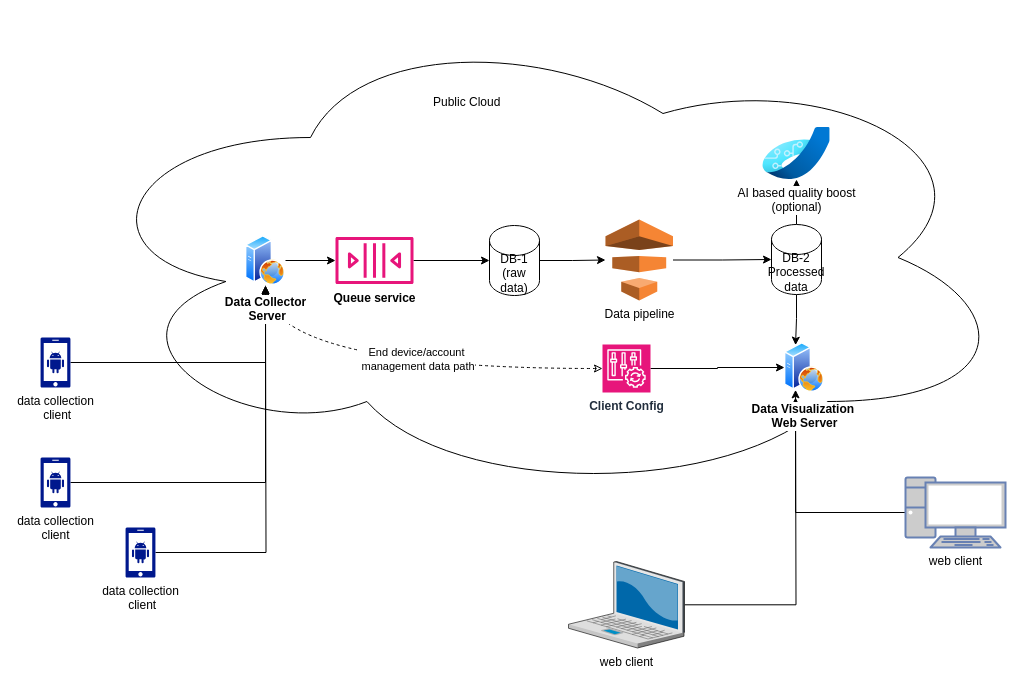
Earlier version of the draw.io diagram Untitled Diagram.drawio (xiangfa/testGithub). Source tidied: cells renumbered, new cells numbered last; positions are measured from the earlier drawing's top-left corner, leaving out a move shared by most shapes. Both pictures are drawn from the tidied source at 100%, with x=0, y=0 at pixel (40, 17).
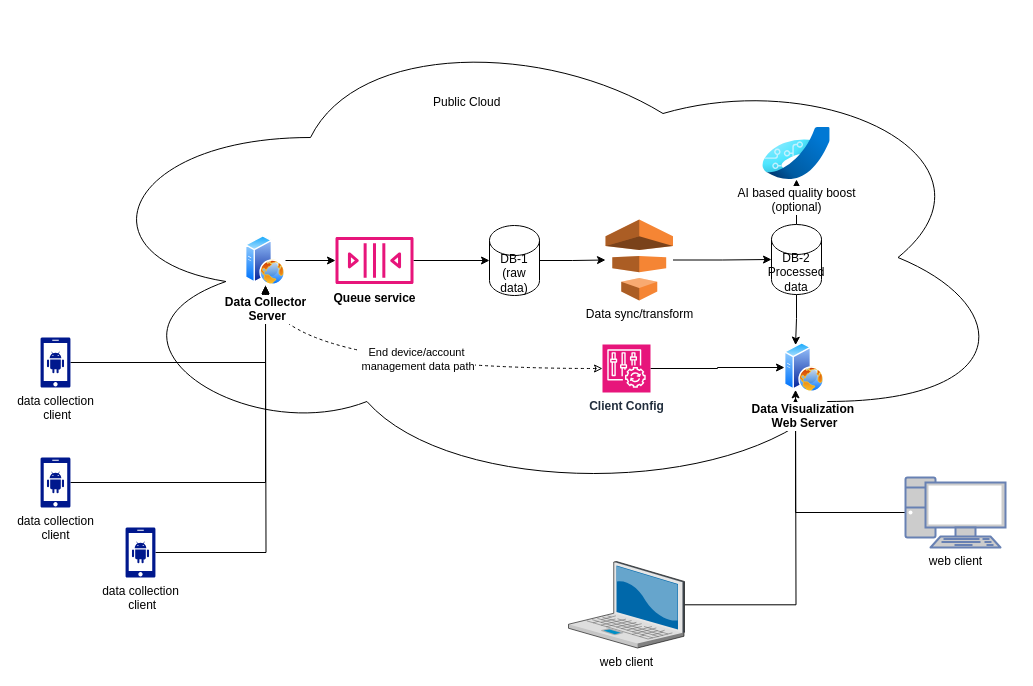
Above is the later version.

What changed in the source:
```diff
@@
-    <mxCell id="14" value="Data pipeline" style="outlineConnect=0;dashed=0;verticalLabelPosition=bottom;verticalAlign=top;align=center;html=1;shape=mxgraph.aws3.data_pipeline;fillColor=#F58534;gradientColor=none;" parent="1" vertex="1">
+    <mxCell id="14" value="Data sync/transform" style="outlineConnect=0;dashed=0;verticalLabelPosition=bottom;verticalAlign=top;align=center;html=1;shape=mxgraph.aws3.data_pipeline;fillColor=#F58534;gradientColor=none;" parent="1" vertex="1">
       <mxGeometry x="565" y="202" width="67.5" height="81" as="geometry" />
     </mxCell>
```
